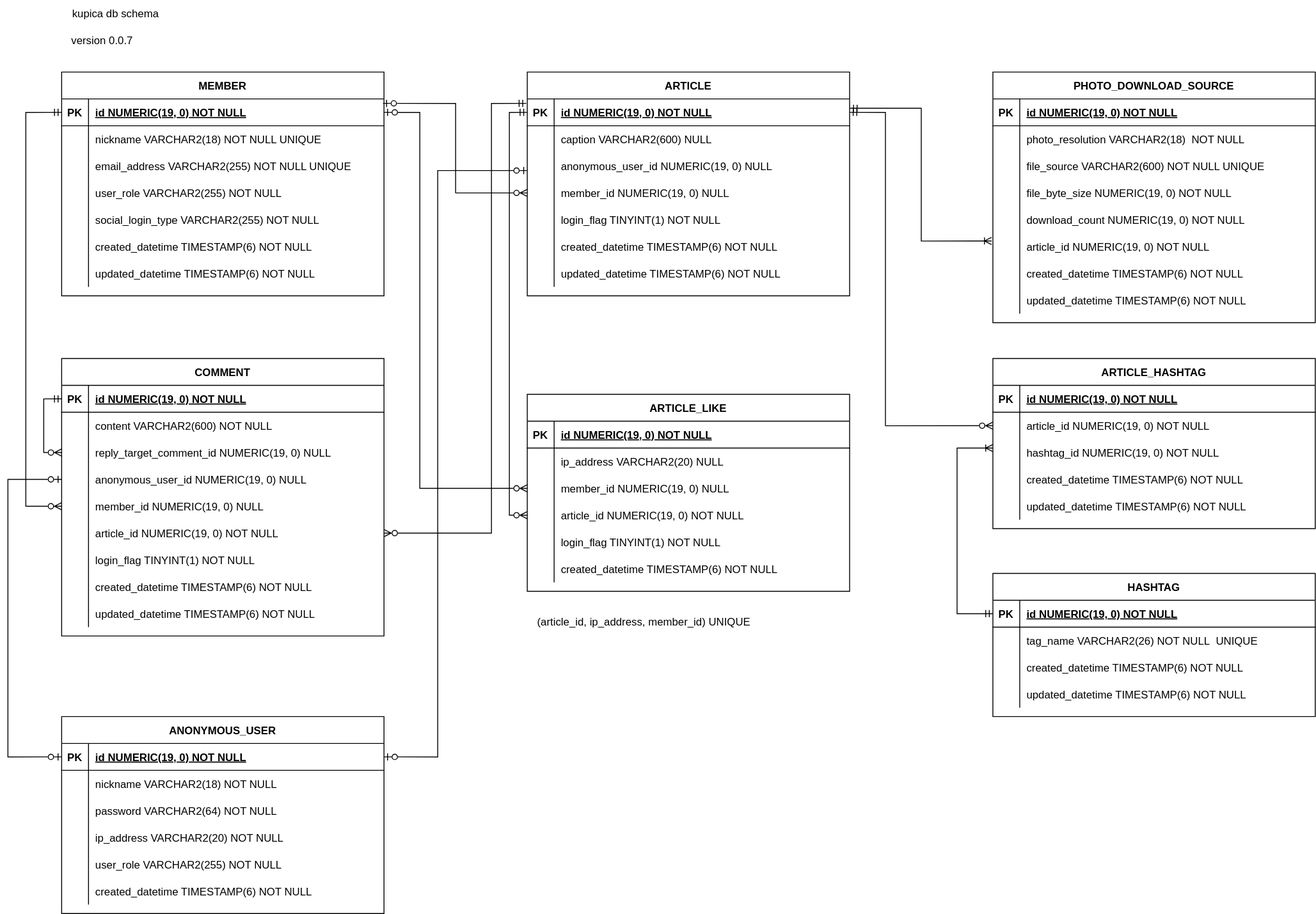
Before: docs/kupica-db-schema.svg, a diagram exported from draw.io (Unagi-zoso/kupica). Source tidied: cells renumbered, new cells last; positions are measured from the earlier drawing's top-left corner, leaving out a move shared by most shapes.
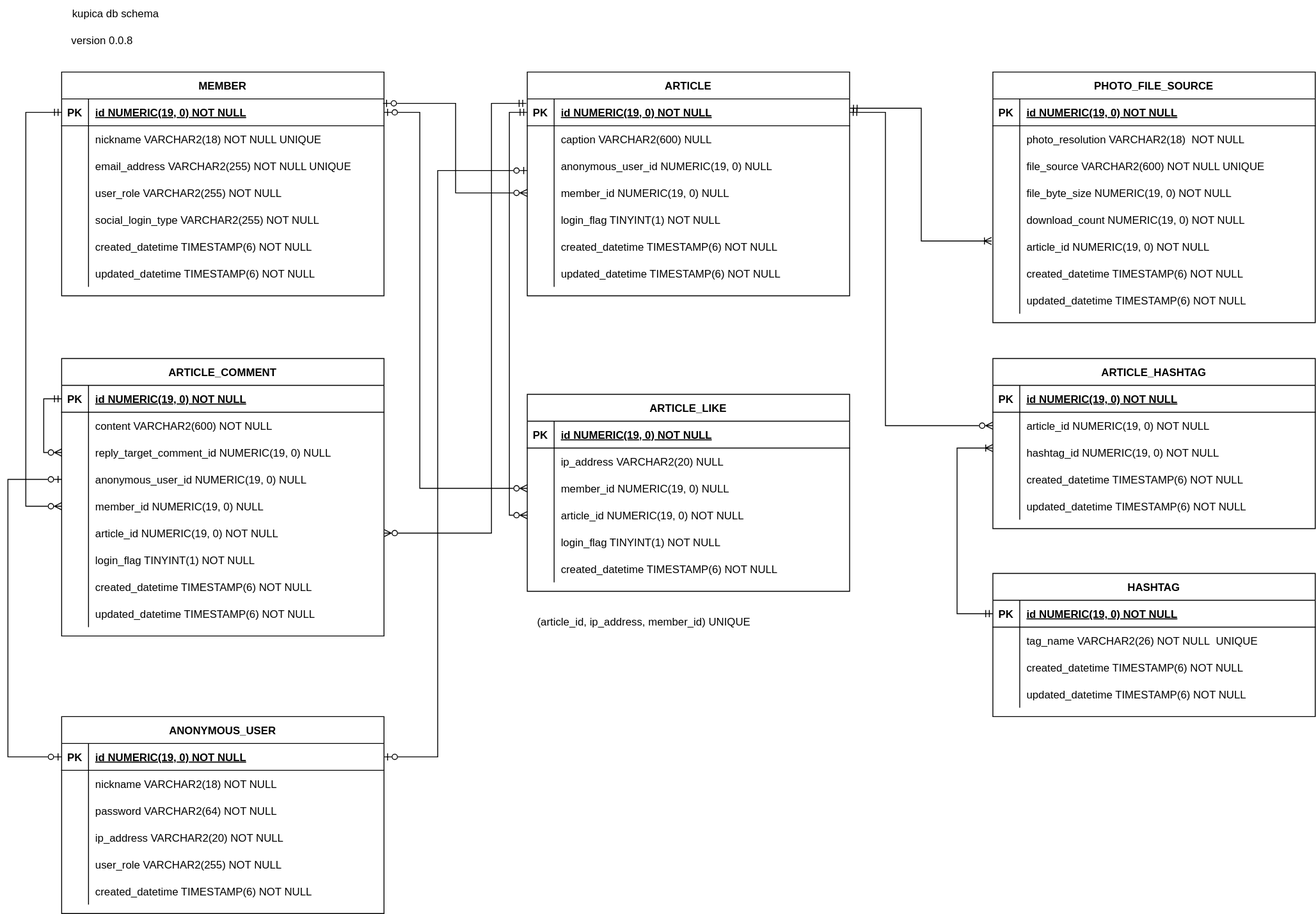
The same diagram one commit later.

Commit message:
#56 Docs 테이블 명 변경 (PHOTO_DOWNLOAD_FILE, COMMENT)

The edit, as a diff of the source:
```diff
@@ -134,7 +134,7 @@
     <mxCell id="45" value="updated_datetime TIMESTAMP(6) NOT NULL" style="shape=partialRectangle;overflow=hidden;fillColor=none;top=0;left=0;bottom=0;right=0;align=left;spacingLeft=6;" parent="43" vertex="1">
       <mxGeometry x="30" width="330" height="30" as="geometry" />
     </mxCell>
-    <mxCell id="46" value="PHOTO_DOWNLOAD_SOURCE" style="shape=table;startSize=30;rowLines=0;fontStyle=1;align=center;" parent="1" vertex="1">
+    <mxCell id="46" value="PHOTO_FILE_SOURCE" style="shape=table;startSize=30;rowLines=0;fontStyle=1;align=center;" parent="1" vertex="1">
       <mxGeometry x="1100" y="80" width="360" height="280" as="geometry" />
     </mxCell>
     <mxCell id="47" style="shape=partialRectangle;fillColor=none;top=0;left=0;right=0;bottom=1;" parent="46" vertex="1">
@@ -215,7 +215,7 @@
     <mxCell id="72" style="edgeStyle=orthogonalEdgeStyle;rounded=0;jettySize=auto;html=1;entryX=1.001;entryY=0.347;entryDx=0;entryDy=0;entryPerimeter=0;endArrow=ERmandOne;endFill=0;startArrow=ERoneToMany;startFill=0;exitX=-0.004;exitY=0.289;exitDx=0;exitDy=0;exitPerimeter=0;" parent="1" edge="1" source="62" target="3">
       <mxGeometry relative="1" as="geometry" />
     </mxCell>
-    <mxCell id="73" value="COMMENT" style="shape=table;startSize=30;rowLines=0;fontStyle=1;align=center;" parent="1" vertex="1">
+    <mxCell id="73" value="ARTICLE_COMMENT" style="shape=table;startSize=30;rowLines=0;fontStyle=1;align=center;" parent="1" vertex="1">
       <mxGeometry x="60" y="400" width="360" height="310" as="geometry" />
     </mxCell>
     <mxCell id="74" style="shape=partialRectangle;fillColor=none;points=[[0,0.5],[1,0.5]];portConstraint=eastwest;top=0;left=0;right=0;bottom=1;" parent="73" vertex="1">
@@ -495,7 +495,7 @@
         </Array>
       </mxGeometry>
     </mxCell>
-    <mxCell id="158" value="version 0.0.7" style="text;html=1;align=center;verticalAlign=middle;strokeColor=none;fillColor=none;" parent="1" vertex="1">
+    <mxCell id="158" value="version 0.0.8" style="text;html=1;align=center;verticalAlign=middle;strokeColor=none;fillColor=none;" parent="1" vertex="1">
       <mxGeometry x="60" y="30" width="90" height="30" as="geometry" />
     </mxCell>
     <mxCell id="159" value="ANONYMOUS_USER" style="shape=table;startSize=30;rowLines=0;fontStyle=1;align=center;" parent="1" vertex="1">
```
